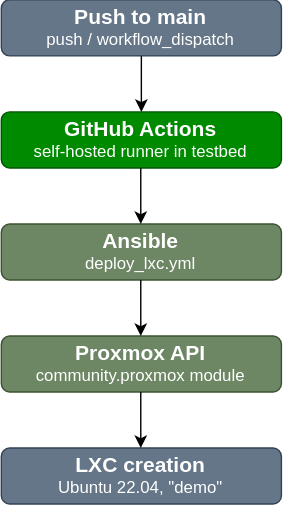
This is docs/flow.svg from SchneiderValentin/proxmox-lxc-pipeline, a draw.io export, as it was before one commit. Source tidied: cells renumbered, new cells last; positions are measured from the earlier drawing's top-left corner, leaving out a move shared by most shapes.
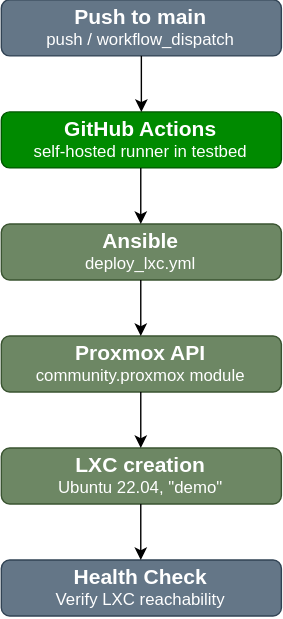
Later version of the same file.

Commit message:
Add health check to deployment flow docs

The edit, as a diff of the source:
```diff
@@ -14,7 +14,7 @@
     <mxCell id="5" value="&lt;div&gt;&lt;font style=&quot;font-size: 15px;&quot;&gt;&lt;b&gt;Proxmox API&lt;/b&gt;&lt;/font&gt;&lt;/div&gt;&lt;div&gt;community.proxmox module&lt;/div&gt;" style="rounded=1;whiteSpace=wrap;html=1;fillColor=#6d8764;fontColor=#ffffff;strokeColor=#3A5431;" parent="1" vertex="1">
       <mxGeometry y="240" width="200" height="40" as="geometry" />
     </mxCell>
-    <mxCell id="6" value="&lt;font style=&quot;font-size: 15px;&quot;&gt;&lt;b&gt;LXC creation&lt;/b&gt;&lt;/font&gt;&lt;br&gt;Ubuntu 22.04, &quot;demo&quot;" style="rounded=1;whiteSpace=wrap;html=1;fillColor=#647687;fontColor=#ffffff;strokeColor=#314354;" parent="1" vertex="1">
+    <mxCell id="6" value="&lt;font style=&quot;font-size: 15px;&quot;&gt;&lt;b&gt;LXC creation&lt;/b&gt;&lt;/font&gt;&lt;br&gt;Ubuntu 22.04, &quot;demo&quot;" style="rounded=1;whiteSpace=wrap;html=1;fillColor=#6d8764;fontColor=#ffffff;strokeColor=#3A5431;" parent="1" vertex="1">
       <mxGeometry y="320" width="200" height="40" as="geometry" />
     </mxCell>
     <mxCell id="7" style="endArrow=classic;html=1;rounded=0;exitX=0.5;exitY=1;exitDx=0;exitDy=0;entryX=0.5;entryY=0;entryDx=0;entryDy=0;" parent="1" edge="1" source="2" target="3">
@@ -38,5 +38,14 @@
         <mxPoint x="99.6" y="320" as="targetPoint" />
       </mxGeometry>
     </mxCell>
+    <mxCell id="11" value="&lt;font style=&quot;font-size: 15px;&quot;&gt;&lt;b&gt;Health Check&lt;/b&gt;&lt;/font&gt;&lt;br&gt;Verify LXC reachability" style="rounded=1;whiteSpace=wrap;html=1;fillColor=#647687;fontColor=#ffffff;strokeColor=#314354;" parent="1" vertex="1">
+      <mxGeometry y="400" width="200" height="40" as="geometry" />
+    </mxCell>
+    <mxCell id="12" style="endArrow=classic;html=1;rounded=0;exitX=0.5;exitY=1;exitDx=0;exitDy=0;entryX=0.5;entryY=0;entryDx=0;entryDy=0;" parent="1" edge="1">
+      <mxGeometry relative="1" as="geometry">
+        <mxPoint x="99.6" y="360" as="sourcePoint" />
+        <mxPoint x="99.6" y="400" as="targetPoint" />
+      </mxGeometry>
+    </mxCell>
   </root>
 </mxGraphModel>
```
